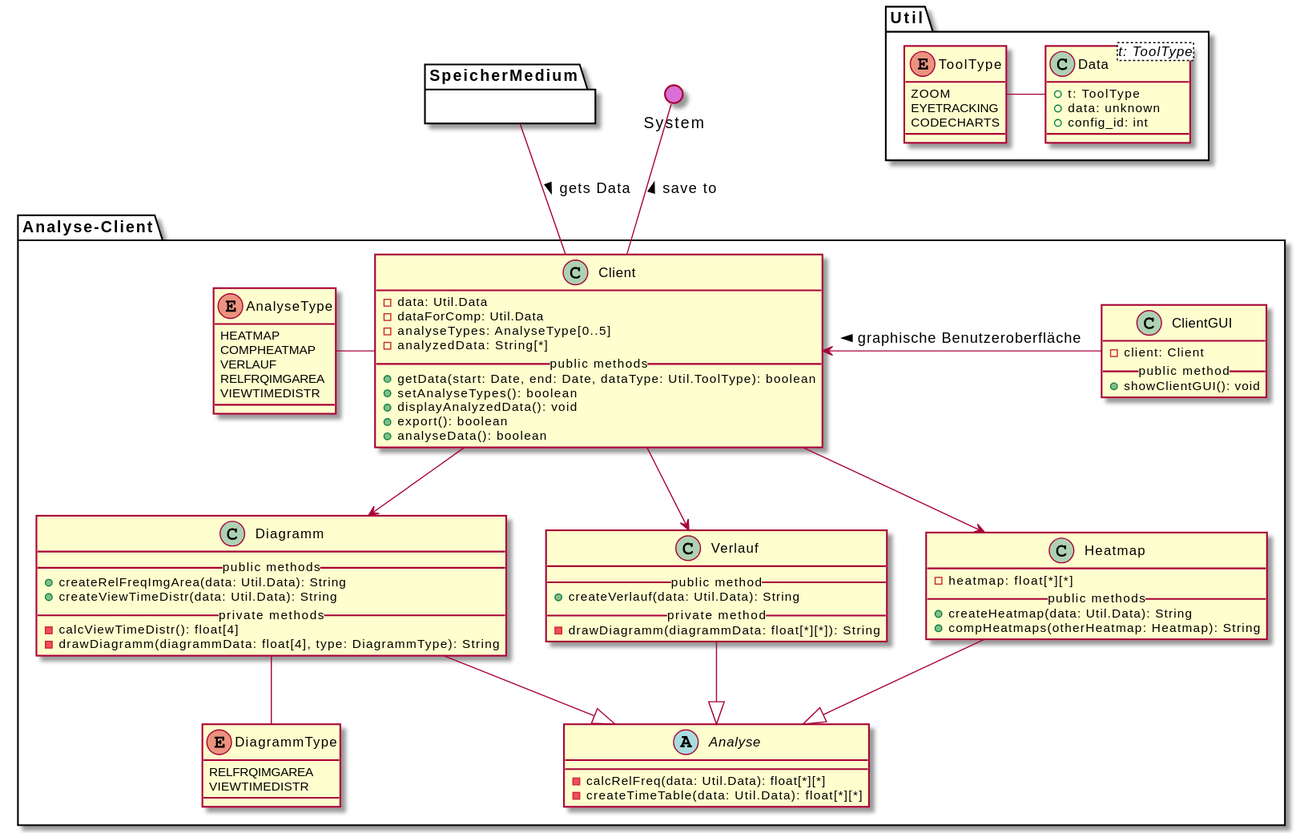
This is uml-class/analyseclient/analyseclient.svg from weichware-10/dokumente, a PlantUML export, as it was before one commit. The source it was exported from:
```plantuml
@startuml
package Analyse-Client{

    class Client {
        - data: Util.Data
        - dataForComp: Util.Data
        - analyseTypes: AnalyseType[0..5]
        - analyzedData: String[*]
        __public methods__
        + getData(start: Date, end: Date, dataType: Util.ToolType): boolean
        + setAnalyseTypes(): boolean
        + displayAnalyzedData(): void
        + export(): boolean
        + analyseData(): boolean
    }

    abstract Analyse {
        - calcRelFreq(data: Util.Data): float[*][*]
        - createTimeTable(data: Util.Data): float[*][*]
    }

    class Heatmap {
        - heatmap: float[*][*]
        __public methods__
        + createHeatmap(data: Util.Data): String
        + compHeatmaps(otherHeatmap: Heatmap): String
    }

    class Verlauf {
        __public method__
        + createVerlauf(data: Util.Data): String
        __private method__
        - drawDiagramm(diagrammData: float[*][*]): String
    }

    class Diagramm {
        __public methods__
        + createRelFreqImgArea(data: Util.Data): String
        + createViewTimeDistr(data: Util.Data): String
        __private methods__
        - calcViewTimeDistr(): float[4]
        - drawDiagramm(diagrammData: float[4], type: DiagrammType): String
    }

    enum DiagrammType {
        RELFRQIMGAREA
        VIEWTIMEDISTR
    }

    enum AnalyseType {
        HEATMAP
        COMPHEATMAP
        VERLAUF
        RELFRQIMGAREA
        VIEWTIMEDISTR
    }

    class ClientGUI {
        - client: Client
        __public method__
        + showClientGUI(): void
    }

    Analyse <|-u- Heatmap
    Analyse <|-u- Verlauf
    Analyse <|-u- Diagramm

    Client -d-> Heatmap
    Client -d-> Verlauf
    Client -d-> Diagramm
    Client -l- AnalyseType
    Client <-r- ClientGUI : < graphische Benutzeroberfläche
    Diagramm -- DiagrammType

}

package SpeicherMedium {}

package Util {

    enum ToolType {
        ZOOM
        EYETRACKING
        CODECHARTS
    }

    class Data<t: ToolType> {
        + t: ToolType
        + data: unknown
        + config_id: int
    }

    Data -l- ToolType
}

() System #DA70D5

Client -u- System: > save to
Client -u- SpeicherMedium : < gets Data
@enduml
```
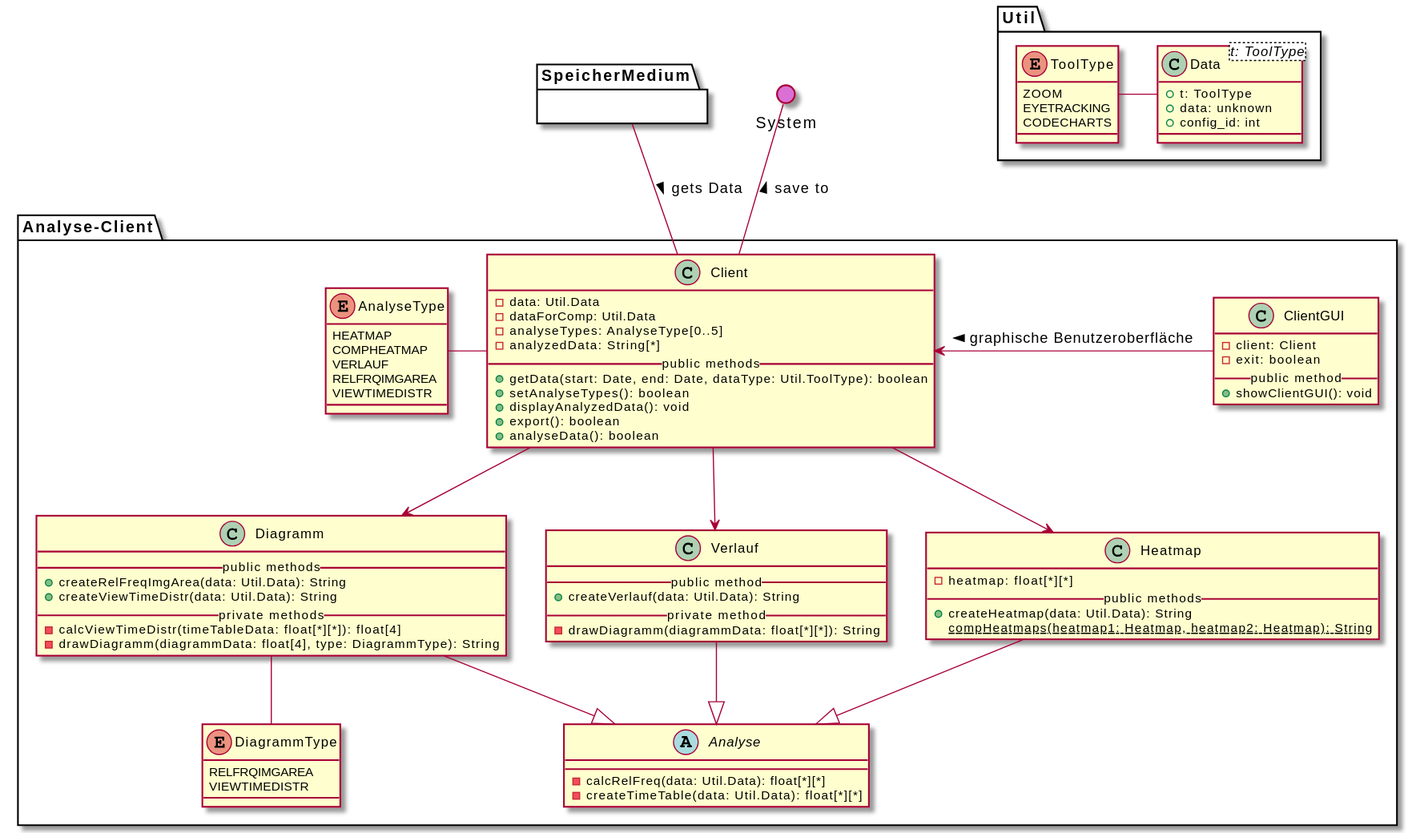
Above is the later version.

Commit message:
Render PlantUML SVGs

What changed in the source:
```diff
@@ -23,7 +23,7 @@
         - heatmap: float[*][*]
         __public methods__
         + createHeatmap(data: Util.Data): String
-        + compHeatmaps(otherHeatmap: Heatmap): String
+        {static} compHeatmaps(heatmap1: Heatmap, heatmap2: Heatmap): String
     }
 
     class Verlauf {
@@ -38,7 +38,7 @@
         + createRelFreqImgArea(data: Util.Data): String
         + createViewTimeDistr(data: Util.Data): String
         __private methods__
-        - calcViewTimeDistr(): float[4]
+        - calcViewTimeDistr(timeTableData: float[*][*]): float[4]
         - drawDiagramm(diagrammData: float[4], type: DiagrammType): String
     }
 
@@ -57,6 +57,7 @@
 
     class ClientGUI {
         - client: Client
+        - exit: boolean
         __public method__
         + showClientGUI(): void
     }
```
